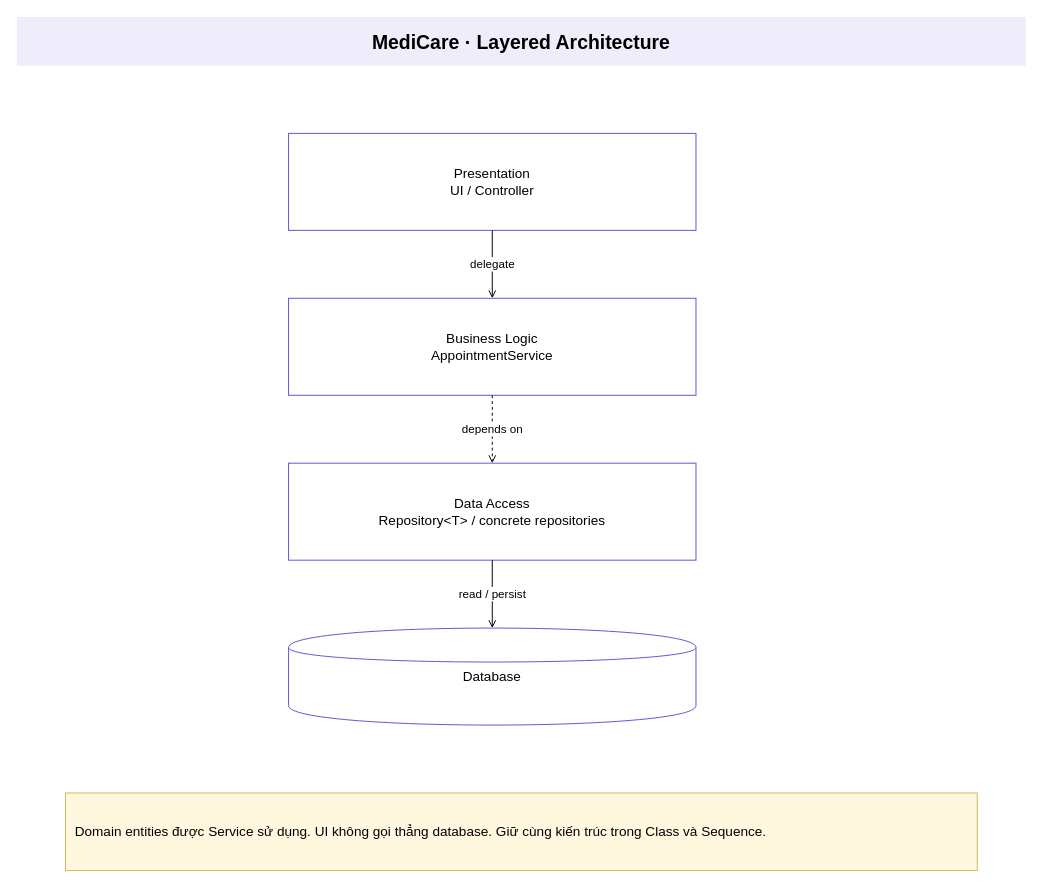
Before: page "00 Layered Architecture" (1 of 4) of public/templates/medicare_PE.drawio in khangpd15/SWD302_KHANG, a draw.io diagram. Source tidied: cells renumbered, new cells numbered last; positions are measured from the earlier drawing's top-left corner, leaving out a move shared by most shapes. Both pictures are drawn from the tidied source at 97%, with x=0, y=0 at pixel (16, 16).
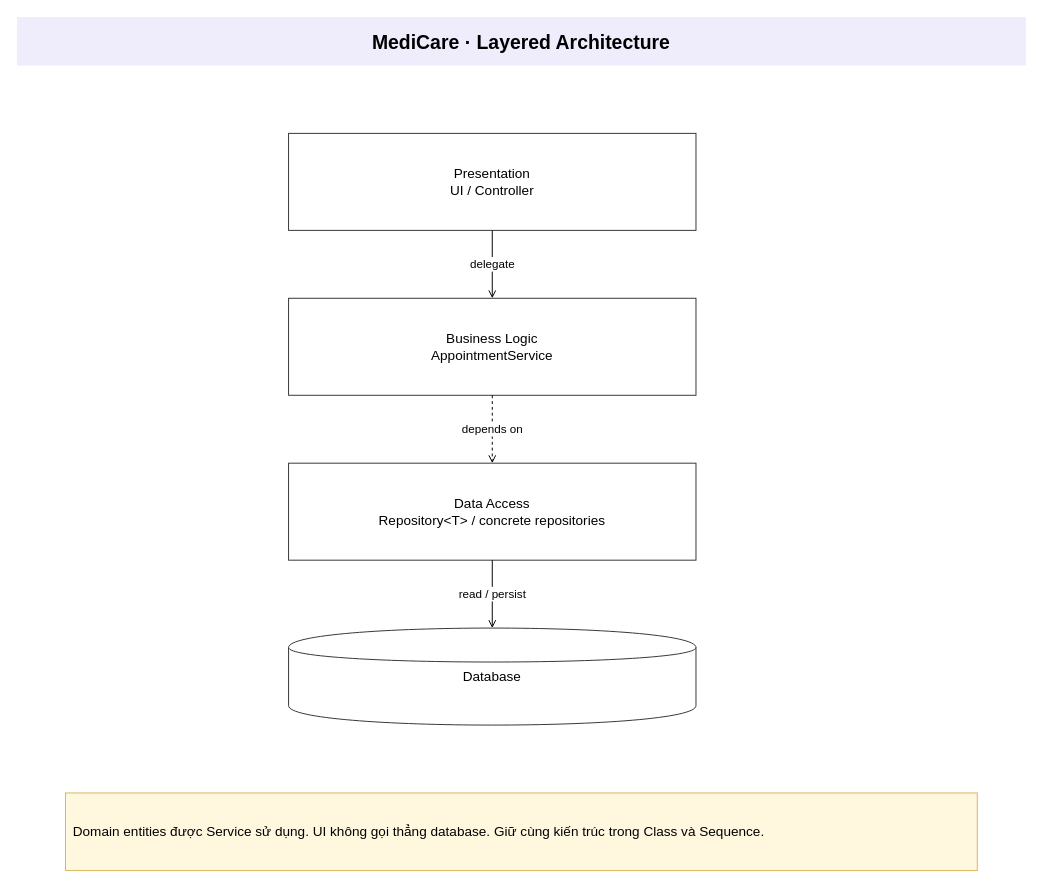
The same diagram, later.

The edit, as a diff of the source:
```diff
@@
 <mxGraphModel>
   <root>
     <mxCell id="0" />
     <mxCell id="1" parent="0" />
-    <mxCell id="2" value="&lt;b&gt;MediCare · Layered Architecture&lt;/b&gt;" style="rounded=0;whiteSpace=wrap;html=1;fillColor=#ffffff;strokeColor=#6551ce;fontSize=14;spacing=10;fillColor=#efecfc;strokeColor=none;fontSize=20;" parent="1" vertex="1">
+    <mxCell id="2" value="&lt;b&gt;MediCare · Layered Architecture&lt;/b&gt;" style="rounded=0;whiteSpace=wrap;html=1;fillColor=#ffffff;strokeColor=#333333;fontSize=14;spacing=8;fillColor=#efecfc;strokeColor=none;fontSize=20;" parent="1" vertex="1">
       <mxGeometry width="1040" height="50" as="geometry" />
     </mxCell>
-    <mxCell id="3" value="Presentation&lt;br/&gt;UI / Controller" style="rounded=0;whiteSpace=wrap;html=1;fillColor=#ffffff;strokeColor=#6551ce;fontSize=14;spacing=10;" parent="1" vertex="1">
+    <mxCell id="3" value="Presentation&lt;br/&gt;UI / Controller" style="rounded=0;whiteSpace=wrap;html=1;fillColor=#ffffff;strokeColor=#333333;fontSize=14;spacing=8;" parent="1" vertex="1">
       <mxGeometry x="280" y="120" width="420" height="100" as="geometry" />
     </mxCell>
-    <mxCell id="4" value="Business Logic&lt;br/&gt;AppointmentService" style="rounded=0;whiteSpace=wrap;html=1;fillColor=#ffffff;strokeColor=#6551ce;fontSize=14;spacing=10;" parent="1" vertex="1">
+    <mxCell id="4" value="Business Logic&lt;br/&gt;AppointmentService" style="rounded=0;whiteSpace=wrap;html=1;fillColor=#ffffff;strokeColor=#333333;fontSize=14;spacing=8;" parent="1" vertex="1">
       <mxGeometry x="280" y="290" width="420" height="100" as="geometry" />
     </mxCell>
-    <mxCell id="5" value="Data Access&lt;br/&gt;Repository&amp;lt;T&amp;gt; / concrete repositories" style="rounded=0;whiteSpace=wrap;html=1;fillColor=#ffffff;strokeColor=#6551ce;fontSize=14;spacing=10;" parent="1" vertex="1">
+    <mxCell id="5" value="Data Access&lt;br/&gt;Repository&amp;lt;T&amp;gt; / concrete repositories" style="rounded=0;whiteSpace=wrap;html=1;fillColor=#ffffff;strokeColor=#333333;fontSize=14;spacing=8;" parent="1" vertex="1">
       <mxGeometry x="280" y="460" width="420" height="100" as="geometry" />
     </mxCell>
-    <mxCell id="6" value="Database" style="rounded=0;whiteSpace=wrap;html=1;fillColor=#ffffff;strokeColor=#6551ce;fontSize=14;spacing=10;shape=cylinder;" parent="1" vertex="1">
+    <mxCell id="6" value="Database" style="rounded=0;whiteSpace=wrap;html=1;fillColor=#ffffff;strokeColor=#333333;fontSize=14;spacing=8;shape=cylinder;" parent="1" vertex="1">
       <mxGeometry x="280" y="630" width="420" height="100" as="geometry" />
     </mxCell>
     <mxCell id="7" value="delegate" style="edgeStyle=orthogonalEdgeStyle;rounded=0;html=1;endArrow=open;endFill=0;fontSize=12;labelBackgroundColor=#ffffff;" parent="1" edge="1" source="3" target="4">
       <mxGeometry relative="1" as="geometry" />
     </mxCell>
     <mxCell id="8" value="depends on" style="edgeStyle=orthogonalEdgeStyle;rounded=0;html=1;endArrow=open;endFill=0;fontSize=12;labelBackgroundColor=#ffffff;dashed=1;" parent="1" edge="1" source="4" target="5">
       <mxGeometry relative="1" as="geometry" />
     </mxCell>
     <mxCell id="9" value="read / persist" style="edgeStyle=orthogonalEdgeStyle;rounded=0;html=1;endArrow=open;endFill=0;fontSize=12;labelBackgroundColor=#ffffff;" parent="1" edge="1" source="5" target="6">
       <mxGeometry relative="1" as="geometry" />
     </mxCell>
-    <mxCell id="10" value="Domain entities được Service sử dụng. UI không gọi thẳng database. Giữ cùng kiến trúc trong Class và Sequence." style="rounded=0;whiteSpace=wrap;html=1;fillColor=#ffffff;strokeColor=#6551ce;fontSize=14;spacing=10;fillColor=#fff8df;strokeColor=#d6b656;align=left;" parent="1" vertex="1">
+    <mxCell id="10" value="Domain entities được Service sử dụng. UI không gọi thẳng database. Giữ cùng kiến trúc trong Class và Sequence." style="rounded=0;whiteSpace=wrap;html=1;fillColor=#ffffff;strokeColor=#333333;fontSize=14;spacing=8;fillColor=#fff8df;strokeColor=#d6b656;align=left;" parent="1" vertex="1">
       <mxGeometry x="50" y="800" width="940" height="80" as="geometry" />
     </mxCell>
   </root>
 </mxGraphModel>
```
